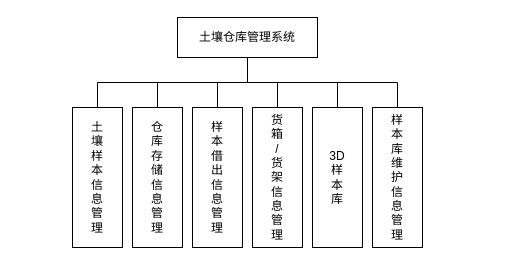
This is page "土壤样品库管理系统" (5 of 15) of DT-1.drawio from TeasusZt/DT-NEW, a draw.io file, before an edit. Source tidied: cells renumbered, new cells numbered last; positions are measured from the earlier drawing's top-left corner, leaving out a move shared by most shapes. Both pictures are drawn from the tidied source at 100%, with x=0, y=0 at pixel (72, 17).
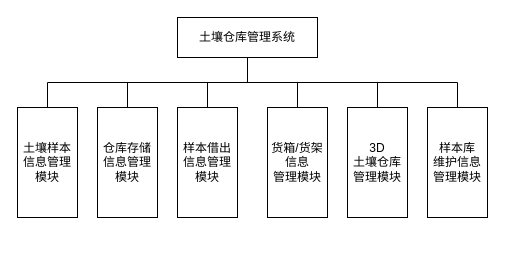
The same diagram, later.

What changed in the source:
```diff
@@
 <mxGraphModel>
   <root>
     <mxCell id="0" />
     <mxCell id="1" parent="0" />
-    <mxCell id="2" value="土&lt;br&gt;壤&lt;br&gt;样&lt;br&gt;本&lt;br&gt;信&lt;br&gt;息&lt;br&gt;管&lt;br&gt;理" style="rounded=0;whiteSpace=wrap;html=1;align=center;" parent="1" vertex="1">
-      <mxGeometry y="90" width="50" height="140" as="geometry" />
+    <mxCell id="2" value="土壤样本信息管理模块" style="rounded=0;whiteSpace=wrap;html=1;align=center;" parent="1" vertex="1">
+      <mxGeometry x="-55" y="90" width="60" height="110" as="geometry" />
     </mxCell>
-    <mxCell id="3" value="仓&lt;br&gt;库&lt;br&gt;存&lt;br&gt;储&lt;br&gt;信&lt;br&gt;息&lt;br&gt;管&lt;br&gt;理" style="rounded=0;whiteSpace=wrap;html=1;align=center;" parent="1" vertex="1">
-      <mxGeometry x="60" y="90" width="50" height="140" as="geometry" />
+    <mxCell id="3" value="仓库存储信息管理模块" style="rounded=0;whiteSpace=wrap;html=1;align=center;" parent="1" vertex="1">
+      <mxGeometry x="25" y="90" width="60" height="110" as="geometry" />
     </mxCell>
-    <mxCell id="4" value="样&lt;br&gt;本&lt;br&gt;借&lt;br&gt;出&lt;br&gt;信&lt;br&gt;息&lt;br&gt;管&lt;br&gt;理" style="rounded=0;whiteSpace=wrap;html=1;align=center;" parent="1" vertex="1">
-      <mxGeometry x="120" y="90" width="50" height="140" as="geometry" />
+    <mxCell id="4" value="样本借出信息管理模块" style="rounded=0;whiteSpace=wrap;html=1;align=center;" parent="1" vertex="1">
+      <mxGeometry x="105" y="90" width="60" height="110" as="geometry" />
     </mxCell>
-    <mxCell id="5" value="货&lt;br&gt;箱&lt;br&gt;/&lt;br&gt;货&lt;br&gt;架&lt;br&gt;信&lt;br&gt;息&lt;br&gt;管&lt;br&gt;理" style="rounded=0;whiteSpace=wrap;html=1;align=center;" parent="1" vertex="1">
-      <mxGeometry x="180" y="90" width="50" height="140" as="geometry" />
+    <mxCell id="5" value="货箱/货架信息&lt;br&gt;管理模块" style="rounded=0;whiteSpace=wrap;html=1;align=center;" parent="1" vertex="1">
+      <mxGeometry x="195" y="90" width="60" height="110" as="geometry" />
     </mxCell>
-    <mxCell id="6" value="3D&lt;br&gt;样&lt;br&gt;本&lt;br&gt;库" style="rounded=0;whiteSpace=wrap;html=1;align=center;" parent="1" vertex="1">
-      <mxGeometry x="240" y="90" width="50" height="140" as="geometry" />
+    <mxCell id="6" value="3D&lt;br&gt;土壤仓库&lt;br&gt;管理模块" style="rounded=0;whiteSpace=wrap;html=1;align=center;" parent="1" vertex="1">
+      <mxGeometry x="275" y="90" width="60" height="110" as="geometry" />
     </mxCell>
-    <mxCell id="7" value="样&lt;br&gt;本&lt;br&gt;库&lt;br&gt;维&lt;br&gt;护&lt;br&gt;信&lt;br&gt;息&lt;br&gt;管&lt;br&gt;理" style="rounded=0;whiteSpace=wrap;html=1;align=center;" parent="1" vertex="1">
-      <mxGeometry x="300" y="90" width="50" height="140" as="geometry" />
+    <mxCell id="7" value="样本库&lt;br&gt;维护信息管理模块" style="rounded=0;whiteSpace=wrap;html=1;align=center;" parent="1" vertex="1">
+      <mxGeometry x="355" y="90" width="60" height="110" as="geometry" />
     </mxCell>
     <mxCell id="8" style="edgeStyle=orthogonalEdgeStyle;rounded=0;jettySize=auto;html=1;exitX=0.5;exitY=1;exitDx=0;exitDy=0;entryX=0.5;entryY=0;entryDx=0;entryDy=0;fontSize=20;endArrow=none;endFill=0;" parent="1" edge="1" source="14" target="2">
       <mxGeometry relative="1" as="geometry" />
     </mxCell>
     <mxCell id="9" style="edgeStyle=orthogonalEdgeStyle;rounded=0;jettySize=auto;html=1;exitX=0.5;exitY=1;exitDx=0;exitDy=0;entryX=0.5;entryY=0;entryDx=0;entryDy=0;endArrow=none;endFill=0;fontSize=20;" parent="1" edge="1" source="14" target="7">
       <mxGeometry relative="1" as="geometry" />
     </mxCell>
     <mxCell id="10" style="edgeStyle=orthogonalEdgeStyle;rounded=0;jettySize=auto;html=1;exitX=0.5;exitY=1;exitDx=0;exitDy=0;endArrow=none;endFill=0;fontSize=20;" parent="1" edge="1" source="14" target="6">
       <mxGeometry relative="1" as="geometry" />
     </mxCell>
     <mxCell id="11" style="edgeStyle=orthogonalEdgeStyle;rounded=0;jettySize=auto;html=1;exitX=0.5;exitY=1;exitDx=0;exitDy=0;entryX=0.5;entryY=0;entryDx=0;entryDy=0;endArrow=none;endFill=0;fontSize=20;" parent="1" edge="1" source="14" target="5">
       <mxGeometry relative="1" as="geometry" />
     </mxCell>
     <mxCell id="12" style="edgeStyle=orthogonalEdgeStyle;rounded=0;jettySize=auto;html=1;exitX=0.5;exitY=1;exitDx=0;exitDy=0;entryX=0.5;entryY=0;entryDx=0;entryDy=0;endArrow=none;endFill=0;fontSize=20;" parent="1" edge="1" source="14" target="4">
       <mxGeometry relative="1" as="geometry" />
     </mxCell>
     <mxCell id="13" style="edgeStyle=orthogonalEdgeStyle;rounded=0;jettySize=auto;html=1;exitX=0.5;exitY=1;exitDx=0;exitDy=0;entryX=0.5;entryY=0;entryDx=0;entryDy=0;endArrow=none;endFill=0;fontSize=20;" parent="1" edge="1" source="14" target="3">
       <mxGeometry relative="1" as="geometry" />
     </mxCell>
     <mxCell id="14" value="土壤仓库管理系统" style="rounded=0;whiteSpace=wrap;html=1;align=center;" parent="1" vertex="1">
       <mxGeometry x="105" width="140" height="40" as="geometry" />
     </mxCell>
   </root>
 </mxGraphModel>
```
